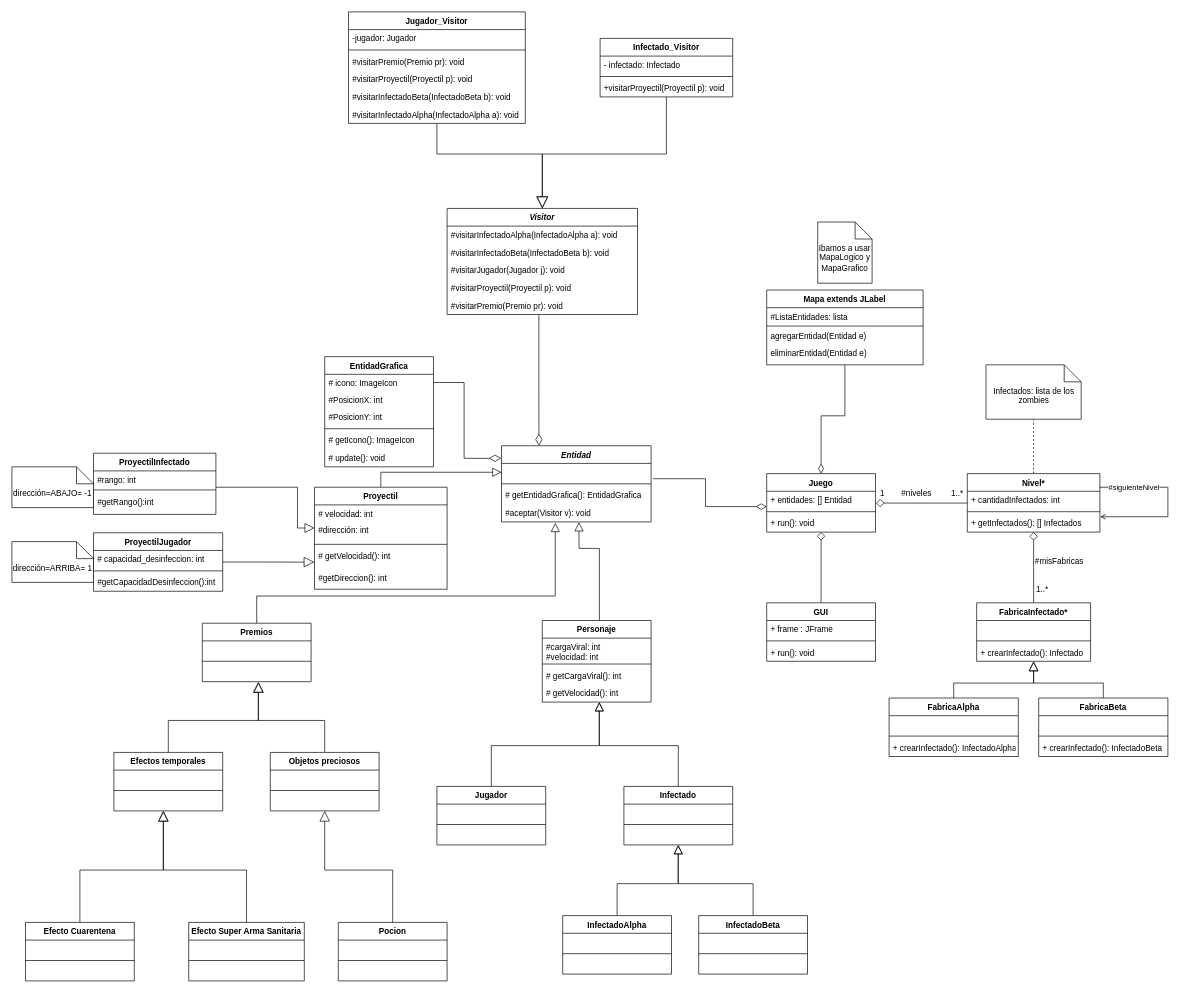
The draw.io diagram design/diagrama.drawio in ropeyfriend/plague-tdp, before the edit. Source tidied: cells renumbered, new cells numbered last; positions are measured from the earlier drawing's top-left corner, leaving out a move shared by most shapes. Both pictures are drawn from the tidied source at 68%, with x=0, y=0 at pixel (12, 12).
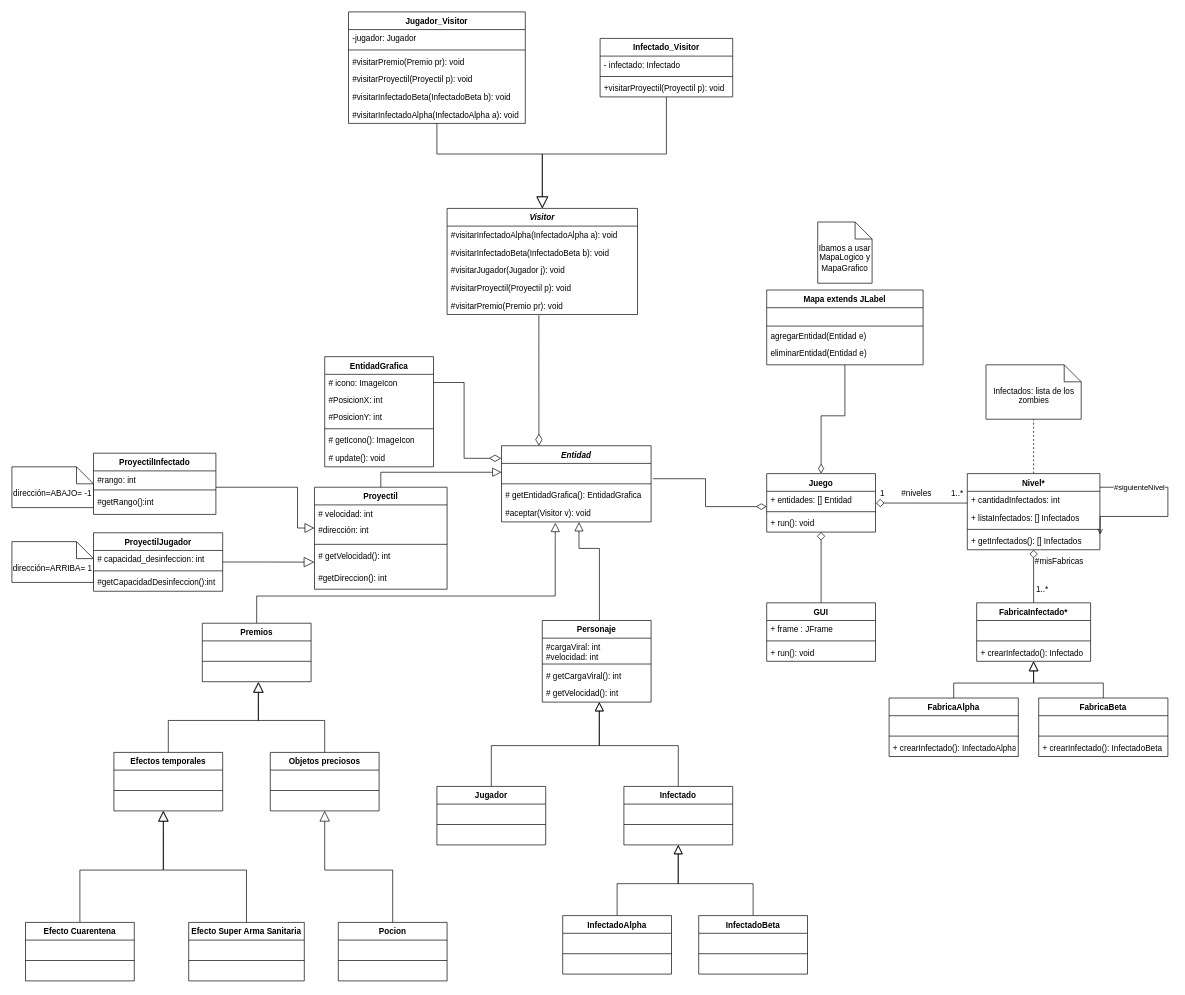
The same page after the edit.

The change refers to these unchanged cells:
```xml
<mxCell id="125" value="Mapa extends JLabel" style="swimlane;fontStyle=1;align=center;verticalAlign=top;horizontal=1;startSize=26;" parent="1" vertex="1">
  <mxGeometry x="1110" y="409" width="230" height="110" as="geometry" />
</mxCell>
```

What changed in the source:
```diff
@@
     <mxCell id="5" value="Nivel*" style="swimlane;fontStyle=1;align=center;verticalAlign=top;horizontal=1;startSize=26;" parent="1" vertex="1">
-      <mxGeometry x="1405" y="679" width="195" height="86" as="geometry" />
+      <mxGeometry x="1405" y="679" width="195" height="112" as="geometry" />
     </mxCell>
@@
+    <mxCell id="156" value="+ listaInfectados: [] Infectados" style="text;strokeColor=none;fillColor=none;align=left;verticalAlign=top;spacingLeft=4;spacingRight=4;overflow=hidden;" parent="5" vertex="1">
+      <mxGeometry y="52" width="195" height="26" as="geometry" />
+    </mxCell>
     <mxCell id="7" style="line;strokeWidth=1;fillColor=none;align=left;verticalAlign=middle;spacingTop=-1;spacingLeft=3;spacingRight=3;labelPosition=right;" parent="5" vertex="1">
-      <mxGeometry y="52" width="195" height="8" as="geometry" />
+      <mxGeometry y="78" width="195" height="8" as="geometry" />
     </mxCell>
     <mxCell id="8" value="+ getInfectados(): [] Infectados" style="text;strokeColor=none;fillColor=none;align=left;verticalAlign=top;spacingLeft=4;spacingRight=4;overflow=hidden;points=[[0,0.5],[1,0.5]];portConstraint=eastwest;" parent="5" vertex="1">
-      <mxGeometry y="60" width="195" height="26" as="geometry" />
+      <mxGeometry y="86" width="195" height="26" as="geometry" />
     </mxCell>
@@
-    <mxCell id="126" value="#ListaEntidades: lista" style="text;strokeColor=none;fillColor=none;align=left;verticalAlign=top;spacingLeft=4;spacingRight=4;overflow=hidden;" parent="125" vertex="1">
+    <mxCell id="126" value=" " style="text;strokeColor=none;fillColor=none;align=left;verticalAlign=top;spacingLeft=4;spacingRight=4;overflow=hidden;" parent="125" vertex="1">
       <mxGeometry y="26" width="230" height="26" as="geometry" />
     </mxCell>
```
